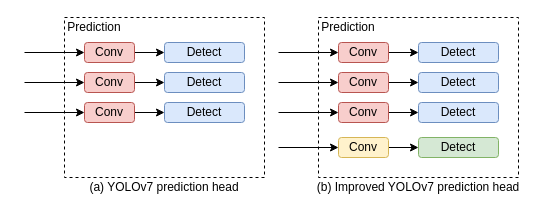
Before: four_head.drawio in YANGJUNYAN0715/papers, a draw.io diagram. Source tidied: cells renumbered, new cells numbered last; positions are measured from the earlier drawing's top-left corner, leaving out a move shared by most shapes. Both pictures are drawn from the tidied source at 100%, with x=0, y=0 at pixel (24, 17).
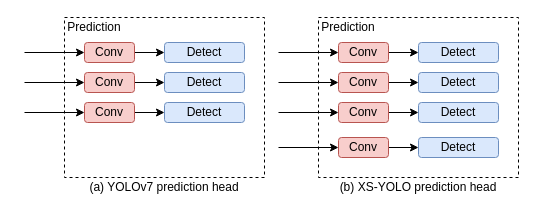
Above is the later version.

Change to the diagram source:
```diff
@@
-    <mxCell id="33" value="(b) Improved YOLOv7 prediction head" style="text;html=1;strokeColor=none;fillColor=none;align=center;verticalAlign=middle;whiteSpace=wrap;rounded=0;" parent="1" vertex="1">
+    <mxCell id="33" value="(b) XS-YOLO prediction head" style="text;html=1;strokeColor=none;fillColor=none;align=center;verticalAlign=middle;whiteSpace=wrap;rounded=0;" parent="1" vertex="1">
       <mxGeometry x="284" y="160" width="220" height="20" as="geometry" />
     </mxCell>
@@
-    <mxCell id="35" value="Conv" style="rounded=1;whiteSpace=wrap;html=1;fillColor=#fff2cc;strokeColor=#d6b656;" parent="1" vertex="1">
+    <mxCell id="35" value="Conv" style="rounded=1;whiteSpace=wrap;html=1;fillColor=#f8cecc;strokeColor=#b85450;" parent="1" vertex="1">
       <mxGeometry x="314" y="120" width="50" height="20" as="geometry" />
     </mxCell>
@@
-    <mxCell id="37" value="Detect" style="rounded=1;whiteSpace=wrap;html=1;fillColor=#d5e8d4;strokeColor=#82b366;" parent="1" vertex="1">
+    <mxCell id="37" value="Detect" style="rounded=1;whiteSpace=wrap;html=1;fillColor=#dae8fc;strokeColor=#6c8ebf;" parent="1" vertex="1">
       <mxGeometry x="394" y="120" width="80" height="20" as="geometry" />
     </mxCell>
```
